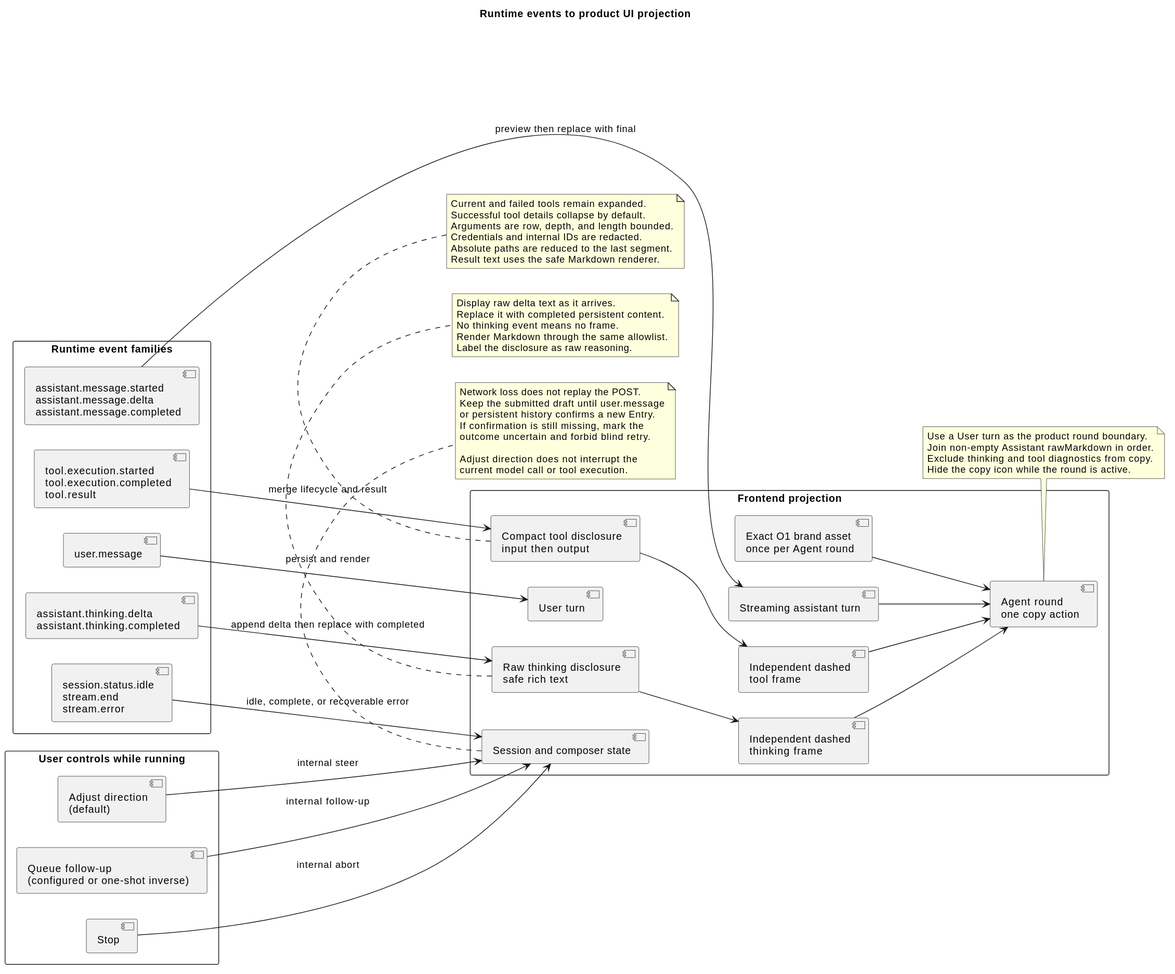
The PlantUML diagram docs/designs/campusclaw-frontend/runtime_event_ui_projection.svg in 2862282695gjh-afk/pi-mono-java, before a commit.
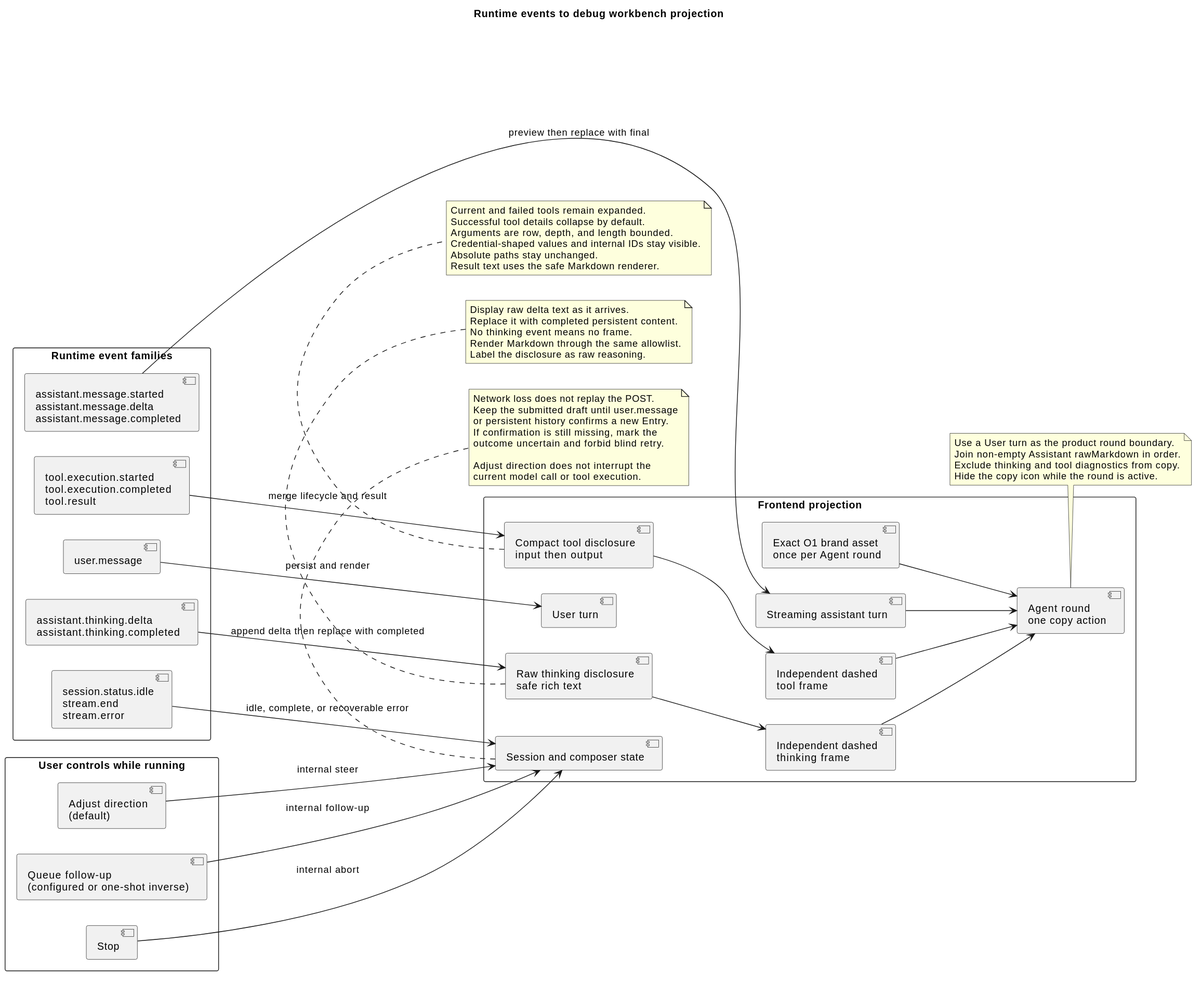
Above is the later version.

Change to the diagram source:
```diff
@@ -1,6 +1,6 @@
 @startuml
 
-title Runtime events to product UI projection
+title Runtime events to debug workbench projection
 left to right direction
 
 rectangle "Runtime event families" as Events {
@@ -57,8 +57,8 @@
 Current and failed tools remain expanded.
 Successful tool details collapse by default.
 Arguments are row, depth, and length bounded.
-Credentials and internal IDs are redacted.
-Absolute paths are reduced to the last segment.
+Credential-shaped values and internal IDs stay visible.
+Absolute paths stay unchanged.
 Result text uses the safe Markdown renderer.
 end note
 
```
